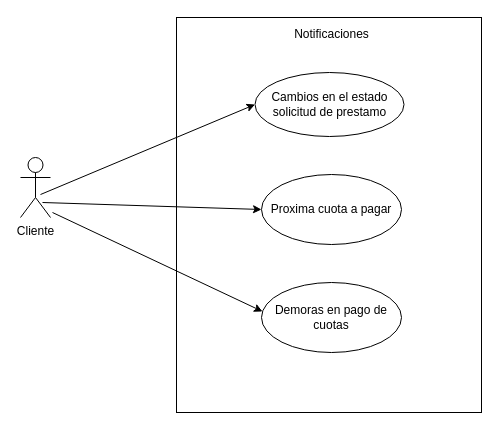
This is docs/use cases/notifications.drawio from alexrv11/credicuotas, a draw.io file, before an edit. Source tidied: cells renumbered, new cells numbered last; positions are measured from the earlier drawing's top-left corner, leaving out a move shared by most shapes. Both pictures are drawn from the tidied source at 100%, with x=0, y=0 at pixel (20, 17).
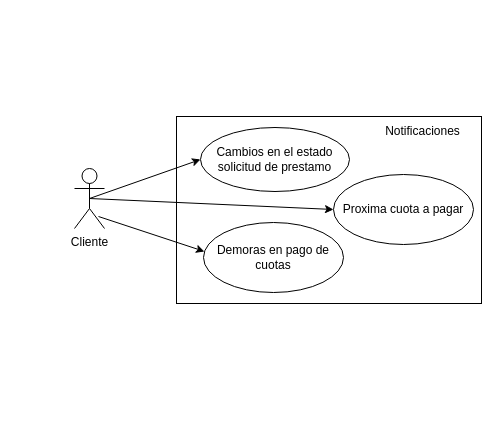
Above is the later version.

Change to the diagram source:
```diff
@@
 <mxGraphModel>
   <root>
     <mxCell id="0" />
     <mxCell id="1" parent="0" />
     <mxCell id="2" style="rounded=0;whiteSpace=wrap;html=1;" parent="1" vertex="1">
-      <mxGeometry x="156" width="305" height="395" as="geometry" />
+      <mxGeometry x="156" y="99" width="305" height="187" as="geometry" />
     </mxCell>
     <mxCell id="3" value="Demoras en pago de cuotas" style="ellipse;whiteSpace=wrap;html=1;" parent="1" vertex="1">
-      <mxGeometry x="241" y="265" width="140" height="70" as="geometry" />
+      <mxGeometry x="183" y="205" width="140" height="70" as="geometry" />
     </mxCell>
     <mxCell id="4" value="Notificaciones" style="text;html=1;align=center;verticalAlign=middle;strokeColor=none;" parent="1" vertex="1">
-      <mxGeometry x="268.5" y="8" width="85" height="18" as="geometry" />
+      <mxGeometry x="359" y="105" width="85" height="18" as="geometry" />
     </mxCell>
-    <mxCell id="5" style="edgeStyle=none;html=1;entryX=0;entryY=0.5;entryDx=0;entryDy=0;exitX=0.667;exitY=0.617;exitDx=0;exitDy=0;exitPerimeter=0;" parent="1" edge="1" source="9" target="6">
+    <mxCell id="5" style="edgeStyle=none;html=1;entryX=0;entryY=0.5;entryDx=0;entryDy=0;exitX=0.5;exitY=0.5;exitDx=0;exitDy=0;exitPerimeter=0;" parent="1" edge="1" source="9" target="6">
       <mxGeometry relative="1" as="geometry" />
     </mxCell>
     <mxCell id="6" value="Cambios en el estado solicitud de prestamo" style="ellipse;whiteSpace=wrap;html=1;" parent="1" vertex="1">
-      <mxGeometry x="234.5" y="55" width="149" height="64" as="geometry" />
+      <mxGeometry x="180" y="110" width="149" height="64" as="geometry" />
     </mxCell>
-    <mxCell id="7" style="edgeStyle=none;html=1;exitX=0.733;exitY=0.75;exitDx=0;exitDy=0;exitPerimeter=0;entryX=0;entryY=0.5;entryDx=0;entryDy=0;" parent="1" edge="1" source="9" target="8">
+    <mxCell id="7" style="edgeStyle=none;html=1;entryX=0;entryY=0.5;entryDx=0;entryDy=0;exitX=0.5;exitY=0.5;exitDx=0;exitDy=0;exitPerimeter=0;" parent="1" edge="1" source="9" target="8">
       <mxGeometry relative="1" as="geometry" />
     </mxCell>
     <mxCell id="8" value="Proxima cuota a pagar" style="ellipse;whiteSpace=wrap;html=1;" parent="1" vertex="1">
-      <mxGeometry x="241" y="157" width="140" height="70" as="geometry" />
+      <mxGeometry x="313" y="157" width="140" height="70" as="geometry" />
     </mxCell>
     <mxCell id="9" value="Cliente" style="shape=umlActor;verticalLabelPosition=bottom;verticalAlign=top;html=1;" parent="1" vertex="1">
-      <mxGeometry y="140" width="30" height="60" as="geometry" />
+      <mxGeometry x="54" y="151" width="30" height="60" as="geometry" />
     </mxCell>
-    <mxCell id="10" style="edgeStyle=none;html=1;exitX=0.733;exitY=0.75;exitDx=0;exitDy=0;exitPerimeter=0;entryX=0.007;entryY=0.414;entryDx=0;entryDy=0;entryPerimeter=0;" parent="1" edge="1" target="3">
-      <mxGeometry relative="1" as="geometry">
-        <mxPoint x="32" y="195" as="sourcePoint" />
-      </mxGeometry>
+    <mxCell id="10" style="edgeStyle=none;html=1;exitX=0.8;exitY=0.8;exitDx=0;exitDy=0;exitPerimeter=0;entryX=0.007;entryY=0.414;entryDx=0;entryDy=0;entryPerimeter=0;" parent="1" edge="1" source="9" target="3">
+      <mxGeometry relative="1" as="geometry" />
     </mxCell>
   </root>
 </mxGraphModel>
```
